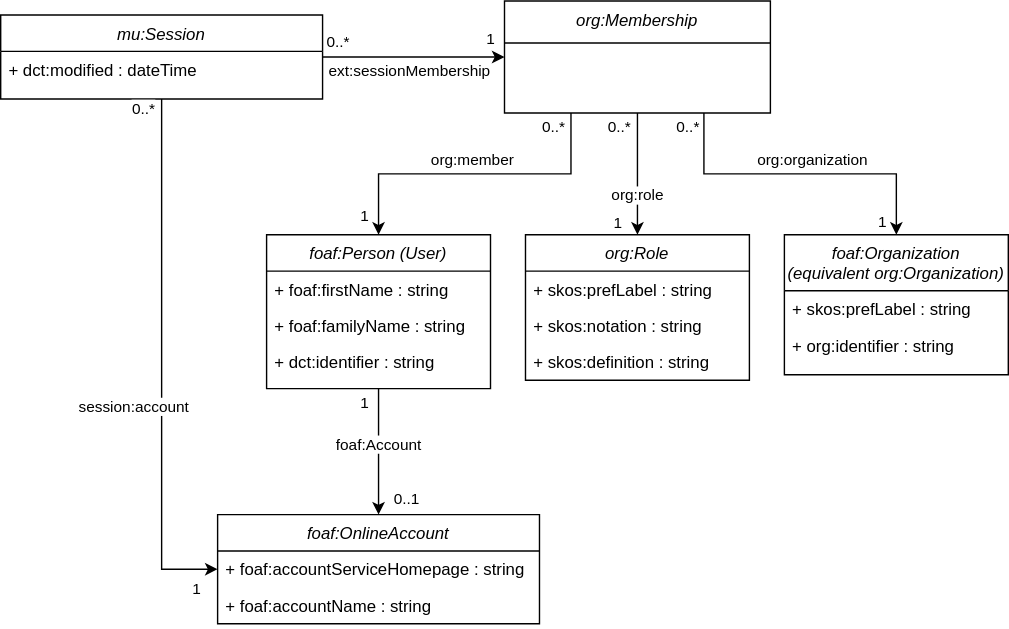
Before: images/authentication-data-model.svg, a diagram exported from draw.io (kanselarij-vlaanderen/kaleidos-documentation). Source tidied: cells renumbered, new cells last; positions are measured from the earlier drawing's top-left corner, leaving out a move shared by most shapes. The source it was exported from:
```xml
<mxGraphModel>
  <root>
    <mxCell id="0" />
    <mxCell id="1" parent="0" />
    <mxCell id="2" style="edgeStyle=orthogonalEdgeStyle;rounded=0;jettySize=auto;html=1;exitX=0.5;exitY=1;exitDx=0;exitDy=0;entryX=0.5;entryY=0;entryDx=0;entryDy=0;" parent="1" edge="1" source="6" target="14">
      <mxGeometry relative="1" as="geometry" />
    </mxCell>
    <mxCell id="3" value="foaf:Account" style="edgeLabel;html=1;align=center;verticalAlign=middle;" parent="2" vertex="1">
      <mxGeometry x="-0.22" y="1" relative="1" as="geometry">
        <mxPoint x="-1" y="5" as="offset" />
      </mxGeometry>
    </mxCell>
    <mxCell id="4" value="0..1" style="edgeLabel;html=1;align=center;verticalAlign=middle;" parent="2" vertex="1">
      <mxGeometry x="0.73" y="-1" relative="1" as="geometry">
        <mxPoint x="21" as="offset" />
      </mxGeometry>
    </mxCell>
    <mxCell id="5" value="1" style="edgeLabel;html=1;align=center;verticalAlign=middle;" parent="2" vertex="1">
      <mxGeometry x="-0.78" y="1" relative="1" as="geometry">
        <mxPoint x="-11" as="offset" />
      </mxGeometry>
    </mxCell>
    <mxCell id="6" value="foaf:Person (User)" style="swimlane;fontStyle=2;align=center;verticalAlign=top;horizontal=1;startSize=26;rounded=0;shadow=0;strokeWidth=1;" parent="1" vertex="1">
      <mxGeometry x="190" y="167" width="160" height="110" as="geometry" />
    </mxCell>
    <mxCell id="7" value="+ foaf:firstName : string" style="text;align=left;verticalAlign=top;spacingLeft=4;spacingRight=4;overflow=hidden;" parent="6" vertex="1">
      <mxGeometry y="26" width="160" height="26" as="geometry" />
    </mxCell>
    <mxCell id="8" value="+ foaf:familyName : string" style="text;align=left;verticalAlign=top;spacingLeft=4;spacingRight=4;overflow=hidden;rounded=0;shadow=0;html=0;" parent="6" vertex="1">
      <mxGeometry y="52" width="160" height="26" as="geometry" />
    </mxCell>
    <mxCell id="9" value="+ dct:identifier : string" style="text;align=left;verticalAlign=top;spacingLeft=4;spacingRight=4;overflow=hidden;rounded=0;shadow=0;html=0;" parent="6" vertex="1">
      <mxGeometry y="78" width="160" height="26" as="geometry" />
    </mxCell>
    <mxCell id="10" value="org:Role" style="swimlane;fontStyle=2;align=center;verticalAlign=top;horizontal=1;startSize=26;rounded=0;shadow=0;strokeWidth=1;" parent="1" vertex="1">
      <mxGeometry x="375" y="167" width="160" height="104" as="geometry" />
    </mxCell>
    <mxCell id="11" value="+ skos:prefLabel : string" style="text;align=left;verticalAlign=top;spacingLeft=4;spacingRight=4;overflow=hidden;" parent="10" vertex="1">
      <mxGeometry y="26" width="160" height="26" as="geometry" />
    </mxCell>
    <mxCell id="12" value="+ skos:notation : string" style="text;align=left;verticalAlign=top;spacingLeft=4;spacingRight=4;overflow=hidden;rounded=0;shadow=0;html=0;" parent="10" vertex="1">
      <mxGeometry y="52" width="160" height="26" as="geometry" />
    </mxCell>
    <mxCell id="13" value="+ skos:definition : string" style="text;align=left;verticalAlign=top;spacingLeft=4;spacingRight=4;overflow=hidden;rounded=0;shadow=0;html=0;" parent="10" vertex="1">
      <mxGeometry y="78" width="160" height="26" as="geometry" />
    </mxCell>
    <mxCell id="14" value="foaf:OnlineAccount" style="swimlane;fontStyle=2;align=center;verticalAlign=top;horizontal=1;startSize=26;rounded=0;shadow=0;strokeWidth=1;" parent="1" vertex="1">
      <mxGeometry x="155" y="367" width="230" height="78" as="geometry" />
    </mxCell>
    <mxCell id="15" value="+ foaf:accountServiceHomepage : string" style="text;align=left;verticalAlign=top;spacingLeft=4;spacingRight=4;overflow=hidden;points=[[0,0.5],[1,0.5]];portConstraint=eastwest;" parent="14" vertex="1">
      <mxGeometry y="26" width="230" height="26" as="geometry" />
    </mxCell>
    <mxCell id="16" value="+ foaf:accountName : string" style="text;align=left;verticalAlign=top;spacingLeft=4;spacingRight=4;overflow=hidden;rounded=0;shadow=0;html=0;" parent="14" vertex="1">
      <mxGeometry y="52" width="230" height="26" as="geometry" />
    </mxCell>
    <mxCell id="17" style="edgeStyle=orthogonalEdgeStyle;rounded=0;jettySize=auto;html=1;" parent="1" edge="1" source="21">
      <mxGeometry relative="1" as="geometry">
        <mxPoint x="360" y="40" as="targetPoint" />
      </mxGeometry>
    </mxCell>
    <mxCell id="18" value="ext:sessionMembership" style="edgeLabel;html=1;align=center;verticalAlign=middle;" parent="17" vertex="1">
      <mxGeometry x="-0.1" y="-1" relative="1" as="geometry">
        <mxPoint x="3" y="9" as="offset" />
      </mxGeometry>
    </mxCell>
    <mxCell id="19" value="1" style="edgeLabel;html=1;align=center;verticalAlign=middle;" parent="17" vertex="1">
      <mxGeometry x="0.92" relative="1" as="geometry">
        <mxPoint x="-5" y="-13" as="offset" />
      </mxGeometry>
    </mxCell>
    <mxCell id="20" value="0..*" style="edgeLabel;html=1;align=center;verticalAlign=middle;" parent="17" vertex="1">
      <mxGeometry x="-0.88" relative="1" as="geometry">
        <mxPoint x="3" y="-11" as="offset" />
      </mxGeometry>
    </mxCell>
    <mxCell id="21" value="mu:Session" style="swimlane;fontStyle=2;align=center;verticalAlign=top;horizontal=1;startSize=26;rounded=0;shadow=0;strokeWidth=1;" parent="1" vertex="1">
      <mxGeometry y="10" width="230" height="60" as="geometry" />
    </mxCell>
    <mxCell id="22" value="+ dct:modified : dateTime" style="text;align=left;verticalAlign=top;spacingLeft=4;spacingRight=4;overflow=hidden;" parent="21" vertex="1">
      <mxGeometry y="26" width="230" height="26" as="geometry" />
    </mxCell>
    <mxCell id="23" style="edgeStyle=orthogonalEdgeStyle;rounded=0;jettySize=auto;html=1;exitX=0.5;exitY=1;exitDx=0;exitDy=0;entryX=0;entryY=0.5;entryDx=0;entryDy=0;" parent="1" edge="1" source="21" target="15">
      <mxGeometry relative="1" as="geometry" />
    </mxCell>
    <mxCell id="24" value="session:account" style="edgeLabel;html=1;align=center;verticalAlign=middle;" parent="23" vertex="1">
      <mxGeometry x="-0.24" y="1" relative="1" as="geometry">
        <mxPoint x="-21" y="77" as="offset" />
      </mxGeometry>
    </mxCell>
    <mxCell id="25" value="1" style="edgeLabel;html=1;align=center;verticalAlign=middle;" parent="23" vertex="1">
      <mxGeometry x="0.63" y="2" relative="1" as="geometry">
        <mxPoint x="23" y="42" as="offset" />
      </mxGeometry>
    </mxCell>
    <mxCell id="26" value="0..*" style="edgeLabel;html=1;align=center;verticalAlign=middle;" parent="23" vertex="1">
      <mxGeometry x="-0.23" y="2" relative="1" as="geometry">
        <mxPoint x="-15" y="-138" as="offset" />
      </mxGeometry>
    </mxCell>
    <mxCell id="27" style="edgeStyle=orthogonalEdgeStyle;rounded=0;jettySize=auto;html=1;exitX=0.25;exitY=1;exitDx=0;exitDy=0;" parent="1" edge="1" source="39" target="6">
      <mxGeometry relative="1" as="geometry" />
    </mxCell>
    <mxCell id="28" value="org:member" style="edgeLabel;html=1;align=center;verticalAlign=middle;" parent="27" vertex="1">
      <mxGeometry x="-0.22" relative="1" as="geometry">
        <mxPoint x="-26" y="-10" as="offset" />
      </mxGeometry>
    </mxCell>
    <mxCell id="29" value="1" style="edgeLabel;html=1;align=center;verticalAlign=middle;" parent="27" vertex="1">
      <mxGeometry x="0.87" y="-2" relative="1" as="geometry">
        <mxPoint x="-8" as="offset" />
      </mxGeometry>
    </mxCell>
    <mxCell id="30" value="0..*" style="edgeLabel;html=1;align=center;verticalAlign=middle;" parent="27" vertex="1">
      <mxGeometry x="-0.92" relative="1" as="geometry">
        <mxPoint x="-13" as="offset" />
      </mxGeometry>
    </mxCell>
    <mxCell id="31" style="edgeStyle=orthogonalEdgeStyle;rounded=0;jettySize=auto;html=1;exitX=0.5;exitY=1;exitDx=0;exitDy=0;" parent="1" edge="1" source="39" target="10">
      <mxGeometry relative="1" as="geometry" />
    </mxCell>
    <mxCell id="32" value="org:role" style="edgeLabel;html=1;align=center;verticalAlign=middle;" parent="31" vertex="1">
      <mxGeometry x="0.33" relative="1" as="geometry" />
    </mxCell>
    <mxCell id="33" value="1" style="edgeLabel;html=1;align=center;verticalAlign=middle;" parent="31" vertex="1">
      <mxGeometry x="0.68" y="-1" relative="1" as="geometry">
        <mxPoint x="-13" y="5" as="offset" />
      </mxGeometry>
    </mxCell>
    <mxCell id="34" value="0..*" style="edgeLabel;html=1;align=center;verticalAlign=middle;" parent="31" vertex="1">
      <mxGeometry x="-0.78" y="-1" relative="1" as="geometry">
        <mxPoint x="-12" as="offset" />
      </mxGeometry>
    </mxCell>
    <mxCell id="35" style="edgeStyle=orthogonalEdgeStyle;rounded=0;jettySize=auto;html=1;exitX=0.75;exitY=1;exitDx=0;exitDy=0;" parent="1" edge="1" source="39" target="40">
      <mxGeometry relative="1" as="geometry" />
    </mxCell>
    <mxCell id="36" value="org:organization" style="edgeLabel;html=1;align=center;verticalAlign=middle;" parent="35" vertex="1">
      <mxGeometry x="-0.24" relative="1" as="geometry">
        <mxPoint x="35" y="-10" as="offset" />
      </mxGeometry>
    </mxCell>
    <mxCell id="37" value="1" style="edgeLabel;html=1;align=center;verticalAlign=middle;" parent="35" vertex="1">
      <mxGeometry x="0.87" relative="1" as="geometry">
        <mxPoint x="-10" y="5" as="offset" />
      </mxGeometry>
    </mxCell>
    <mxCell id="38" value="0..*" style="edgeLabel;html=1;align=center;verticalAlign=middle;" parent="35" vertex="1">
      <mxGeometry x="-0.92" y="1" relative="1" as="geometry">
        <mxPoint x="-13" as="offset" />
      </mxGeometry>
    </mxCell>
    <mxCell id="39" value="org:Membership" style="swimlane;fontStyle=2;align=center;verticalAlign=top;horizontal=1;startSize=30;rounded=0;shadow=0;strokeWidth=1;" parent="1" vertex="1">
      <mxGeometry x="360" width="190" height="80" as="geometry" />
    </mxCell>
    <mxCell id="40" value="foaf:Organization &#10;(equivalent org:Organization)" style="swimlane;fontStyle=2;align=center;verticalAlign=top;horizontal=1;startSize=40;rounded=0;shadow=0;strokeWidth=1;" parent="1" vertex="1">
      <mxGeometry x="560" y="167" width="160" height="100" as="geometry" />
    </mxCell>
    <mxCell id="41" value="+ skos:prefLabel : string" style="text;align=left;verticalAlign=top;spacingLeft=4;spacingRight=4;overflow=hidden;" parent="40" vertex="1">
      <mxGeometry y="40" width="160" height="26" as="geometry" />
    </mxCell>
    <mxCell id="42" value="+ org:identifier : string" style="text;align=left;verticalAlign=top;spacingLeft=4;spacingRight=4;overflow=hidden;rounded=0;shadow=0;html=0;" parent="40" vertex="1">
      <mxGeometry y="66" width="160" height="26" as="geometry" />
    </mxCell>
  </root>
</mxGraphModel>
```
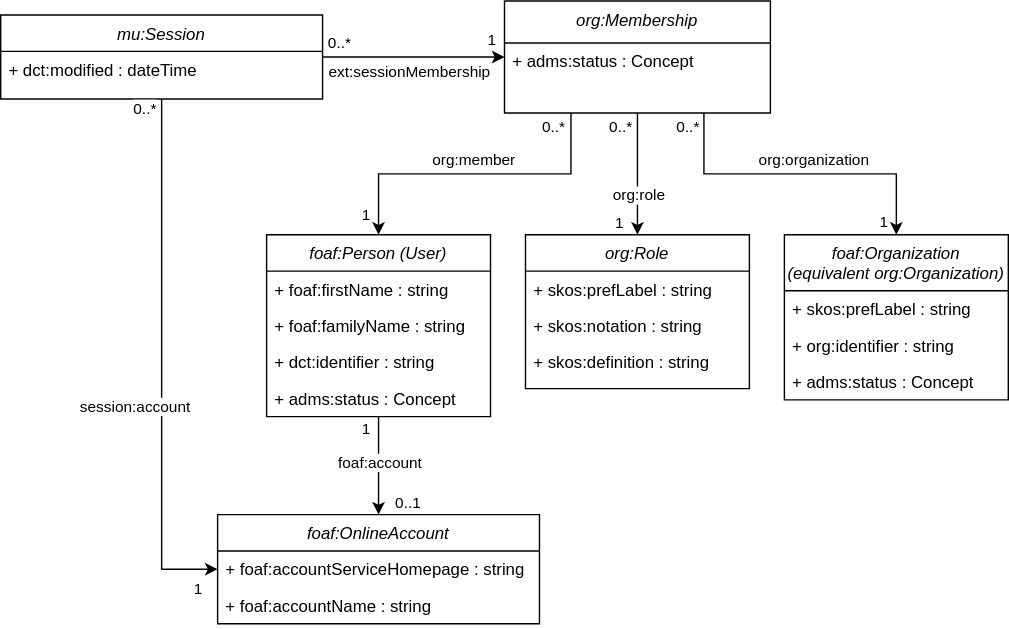
The same file after the commit.

Commit message:
Update authentication data model

The edit, as a diff of the source:
```diff
@@ -5,7 +5,7 @@
     <mxCell id="2" style="edgeStyle=orthogonalEdgeStyle;rounded=0;jettySize=auto;html=1;exitX=0.5;exitY=1;exitDx=0;exitDy=0;entryX=0.5;entryY=0;entryDx=0;entryDy=0;" parent="1" edge="1" source="6" target="14">
       <mxGeometry relative="1" as="geometry" />
     </mxCell>
-    <mxCell id="3" value="foaf:Account" style="edgeLabel;html=1;align=center;verticalAlign=middle;" parent="2" vertex="1">
+    <mxCell id="3" value="foaf:account" style="edgeLabel;html=1;align=center;verticalAlign=middle;" parent="2" vertex="1">
       <mxGeometry x="-0.22" y="1" relative="1" as="geometry">
         <mxPoint x="-1" y="5" as="offset" />
       </mxGeometry>
@@ -21,7 +21,7 @@
       </mxGeometry>
     </mxCell>
     <mxCell id="6" value="foaf:Person (User)" style="swimlane;fontStyle=2;align=center;verticalAlign=top;horizontal=1;startSize=26;rounded=0;shadow=0;strokeWidth=1;" parent="1" vertex="1">
-      <mxGeometry x="190" y="167" width="160" height="110" as="geometry" />
+      <mxGeometry x="190" y="167" width="160" height="130" as="geometry" />
     </mxCell>
     <mxCell id="7" value="+ foaf:firstName : string" style="text;align=left;verticalAlign=top;spacingLeft=4;spacingRight=4;overflow=hidden;" parent="6" vertex="1">
       <mxGeometry y="26" width="160" height="26" as="geometry" />
@@ -32,8 +32,11 @@
     <mxCell id="9" value="+ dct:identifier : string" style="text;align=left;verticalAlign=top;spacingLeft=4;spacingRight=4;overflow=hidden;rounded=0;shadow=0;html=0;" parent="6" vertex="1">
       <mxGeometry y="78" width="160" height="26" as="geometry" />
     </mxCell>
+    <mxCell id="43" value="+ adms:status : Concept" style="text;align=left;verticalAlign=top;spacingLeft=4;spacingRight=4;overflow=hidden;rounded=0;shadow=0;html=0;" parent="6" vertex="1">
+      <mxGeometry y="104" width="160" height="26" as="geometry" />
+    </mxCell>
     <mxCell id="10" value="org:Role" style="swimlane;fontStyle=2;align=center;verticalAlign=top;horizontal=1;startSize=26;rounded=0;shadow=0;strokeWidth=1;" parent="1" vertex="1">
-      <mxGeometry x="375" y="167" width="160" height="104" as="geometry" />
+      <mxGeometry x="375" y="167" width="160" height="110" as="geometry" />
     </mxCell>
     <mxCell id="11" value="+ skos:prefLabel : string" style="text;align=left;verticalAlign=top;spacingLeft=4;spacingRight=4;overflow=hidden;" parent="10" vertex="1">
       <mxGeometry y="26" width="160" height="26" as="geometry" />
@@ -152,8 +155,11 @@
     <mxCell id="39" value="org:Membership" style="swimlane;fontStyle=2;align=center;verticalAlign=top;horizontal=1;startSize=30;rounded=0;shadow=0;strokeWidth=1;" parent="1" vertex="1">
       <mxGeometry x="360" width="190" height="80" as="geometry" />
     </mxCell>
+    <mxCell id="44" value="+ adms:status : Concept" style="text;align=left;verticalAlign=top;spacingLeft=4;spacingRight=4;overflow=hidden;rounded=0;shadow=0;html=0;" parent="39" vertex="1">
+      <mxGeometry y="30" width="190" height="26" as="geometry" />
+    </mxCell>
     <mxCell id="40" value="foaf:Organization &#10;(equivalent org:Organization)" style="swimlane;fontStyle=2;align=center;verticalAlign=top;horizontal=1;startSize=40;rounded=0;shadow=0;strokeWidth=1;" parent="1" vertex="1">
-      <mxGeometry x="560" y="167" width="160" height="100" as="geometry" />
+      <mxGeometry x="560" y="167" width="160" height="118" as="geometry" />
     </mxCell>
     <mxCell id="41" value="+ skos:prefLabel : string" style="text;align=left;verticalAlign=top;spacingLeft=4;spacingRight=4;overflow=hidden;" parent="40" vertex="1">
       <mxGeometry y="40" width="160" height="26" as="geometry" />
@@ -161,5 +167,8 @@
     <mxCell id="42" value="+ org:identifier : string" style="text;align=left;verticalAlign=top;spacingLeft=4;spacingRight=4;overflow=hidden;rounded=0;shadow=0;html=0;" parent="40" vertex="1">
       <mxGeometry y="66" width="160" height="26" as="geometry" />
     </mxCell>
+    <mxCell id="45" value="+ adms:status : Concept" style="text;align=left;verticalAlign=top;spacingLeft=4;spacingRight=4;overflow=hidden;rounded=0;shadow=0;html=0;" parent="40" vertex="1">
+      <mxGeometry y="92" width="160" height="26" as="geometry" />
+    </mxCell>
   </root>
 </mxGraphModel>
```
